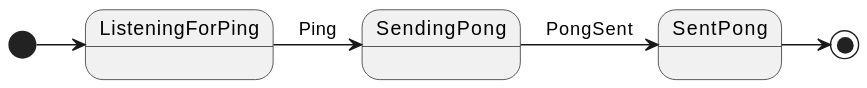
Before: pong.svg, a diagram exported from PlantUML (peterpaul/kafka-ping-stm).
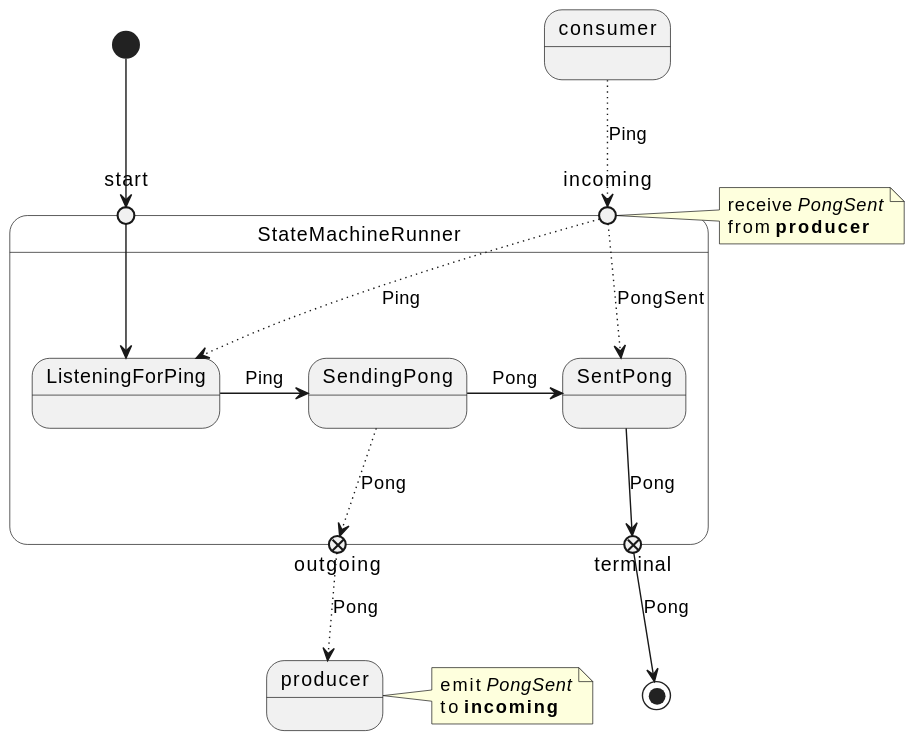
Later version of the same file.

Diff of the diagram source:
```diff
@@ -1,6 +1,25 @@
 @startuml
-[*] -> ListeningForPing
-ListeningForPing -> SendingPong: Ping
-SendingPong -> SentPong: PongSent
-SentPong -> [*]
+state StateMachineRunner {
+        state start <<entryPoint>>
+        state incoming <<entryPoint>>
+        start --> ListeningForPing
+        incoming -[dotted]-> ListeningForPing: Ping
+        incoming -[dotted]-> SentPong: PongSent
+        ListeningForPing -> SendingPong: Ping
+        SendingPong -[dotted]-> outgoing <<exitPoint>>: Pong
+        SendingPong -> SentPong: Pong
+        SentPong -> terminal <<exitPoint>>: Pong
+}
+[*] --> start
+terminal --> [*]: Pong
+consumer -[dotted]-> incoming: Ping
+outgoing -[dotted]-> producer: Pong
+note right of producer
+        emit //PongSent//
+        to **incoming**
+end note
+note right of incoming
+        receive //PongSent//
+        from **producer**
+end note
 @enduml
```
